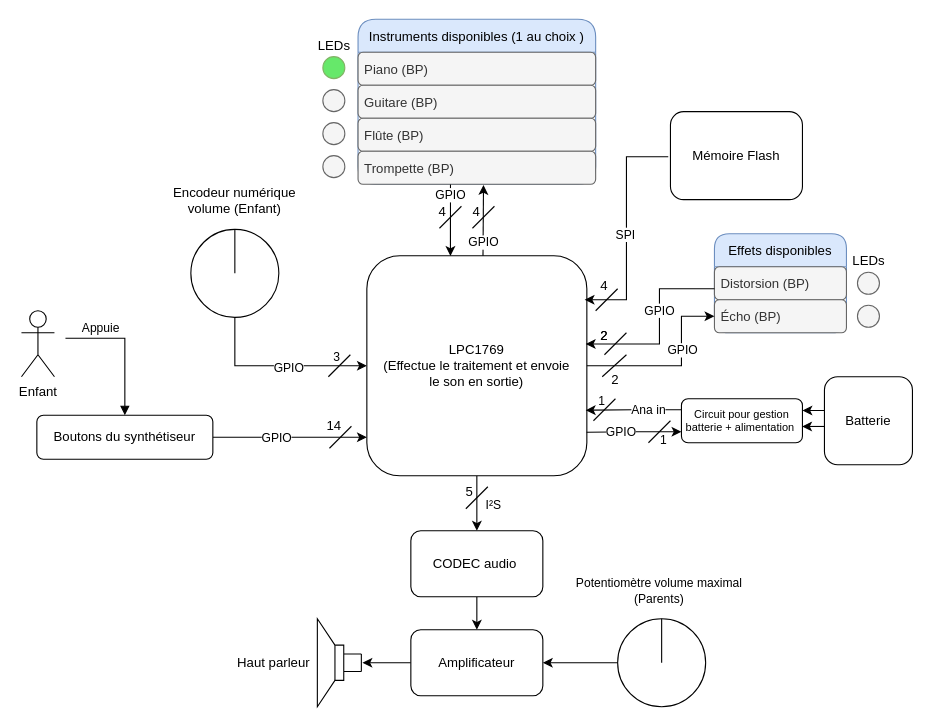
Earlier version of the draw.io diagram Schemas/Schema_fonctionnel.drawio (Ithoh/ProjetSynthe). Source tidied: cells renumbered, new cells numbered last; positions are measured from the earlier drawing's top-left corner, leaving out a move shared by most shapes. Both pictures are drawn from the tidied source at 110%, with x=0, y=0 at pixel (21, 19).
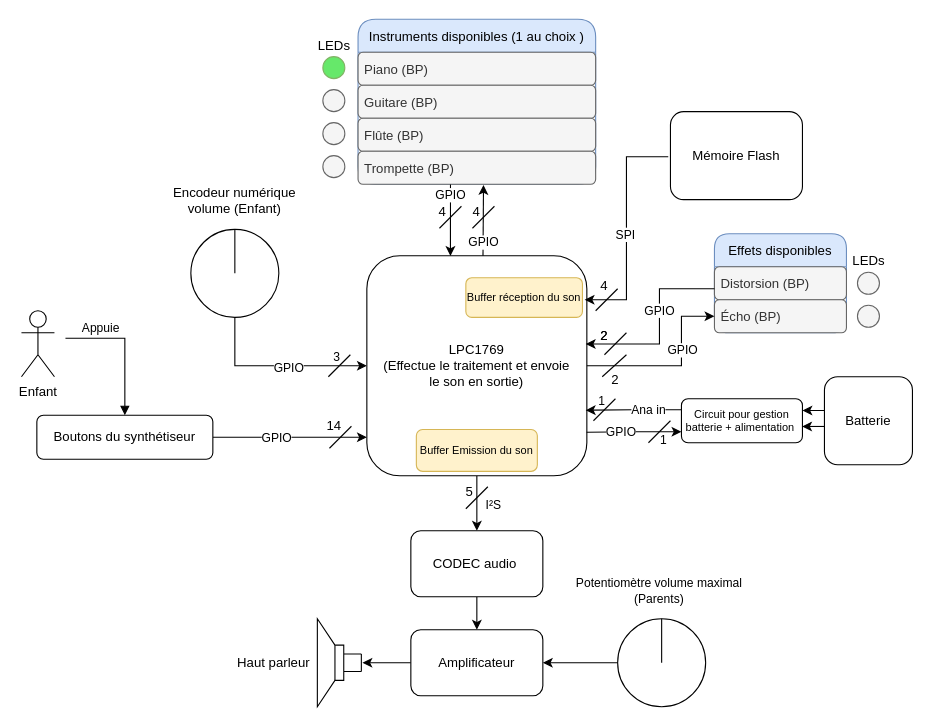
Above is the later version.

What changed in the source:
```diff
@@
+    <mxCell id="82" value="&lt;font style=&quot;font-size: 10px&quot;&gt;Buffer Emission du son&lt;/font&gt;" style="rounded=1;whiteSpace=wrap;html=1;fillColor=#fff2cc;strokeColor=#d6b656;" parent="1" vertex="1">
+      <mxGeometry x="359" y="373" width="110" height="38" as="geometry" />
+    </mxCell>
+    <mxCell id="83" value="&lt;font style=&quot;font-size: 10px&quot;&gt;Buffer réception du son&lt;/font&gt;" style="rounded=1;whiteSpace=wrap;html=1;fillColor=#fff2cc;strokeColor=#d6b656;" parent="1" vertex="1">
+      <mxGeometry x="404" y="235" width="106" height="36" as="geometry" />
+    </mxCell>
```
